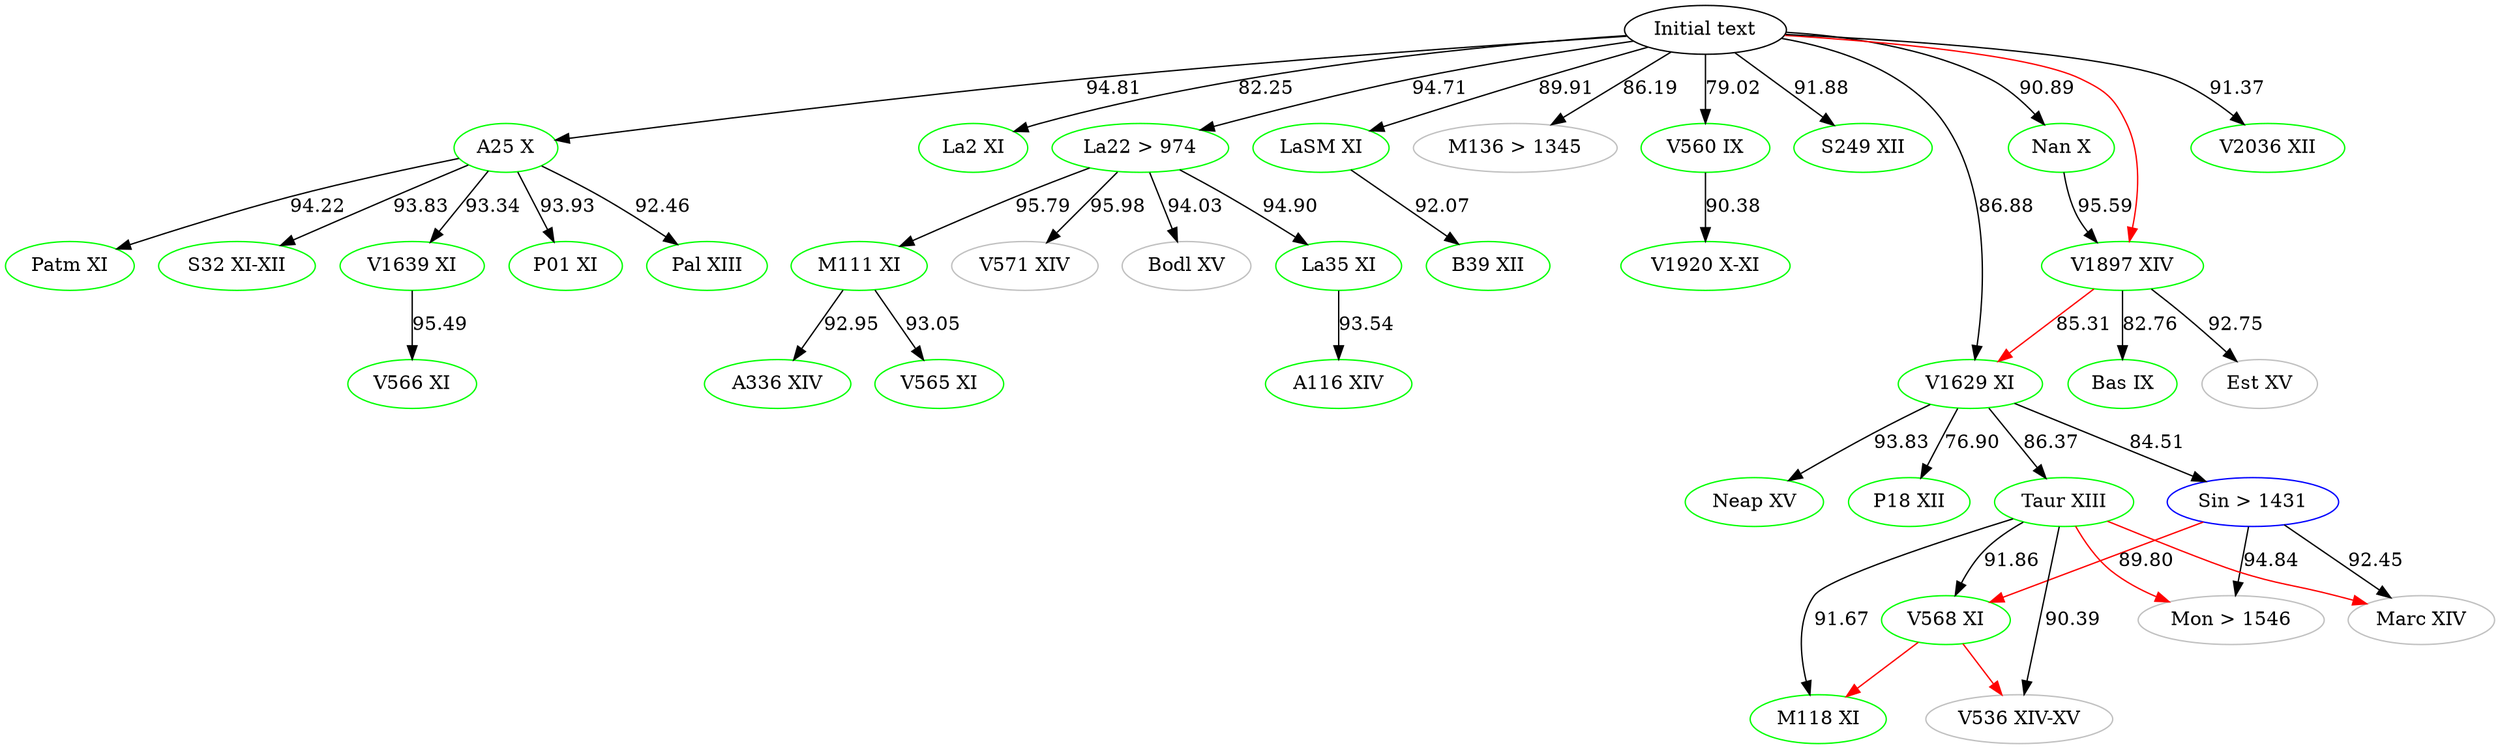
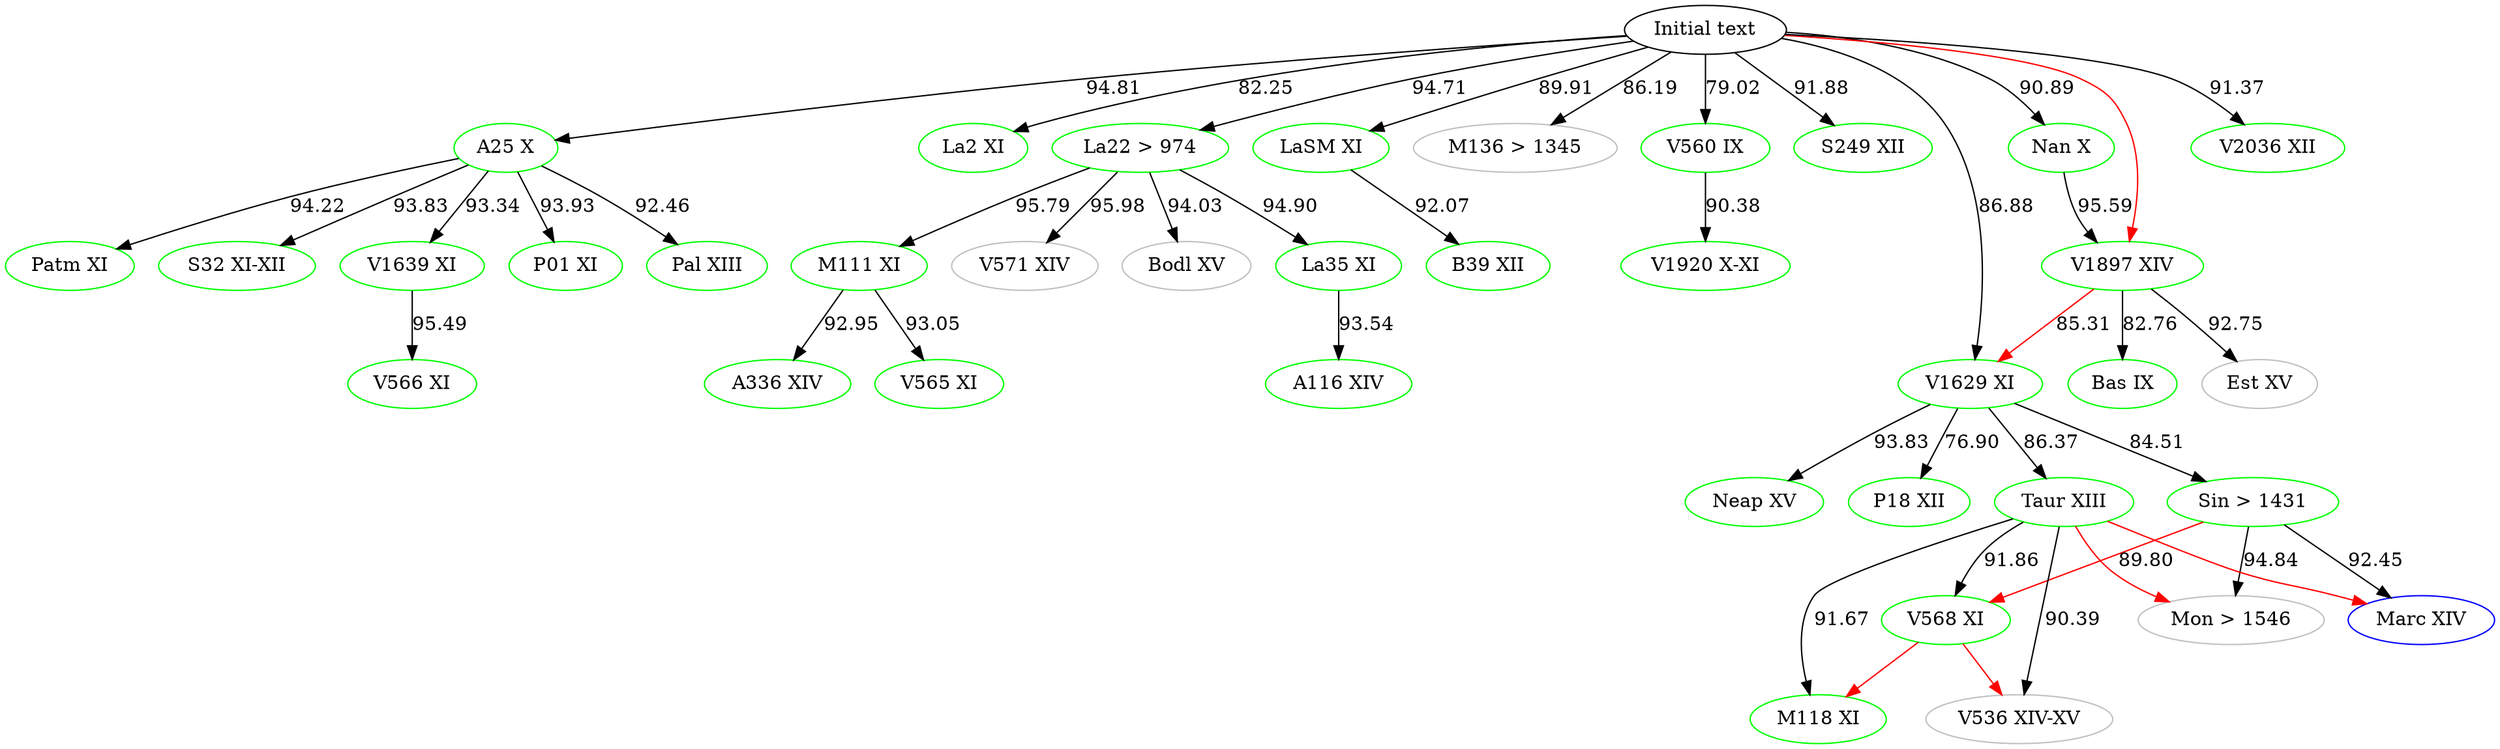
digraph {

    #Top [color="black", label="ω"]
    aBase [color="black", label="Initial text"]
    # Top [color="black", label="Initial text"]
	A116 [label="A116 XIV", color="green"]
	A25 [label="A25 X", color="green"]
	A336 [label="A336 XIV", color="green"]
	B39 [label="B39 XII", color="green"]
	Bas [label="Bas IX", color="green"]
	Bodl [label="Bodl XV", color="grey"]
	Est [label="Est XV", color="grey"]
	La2 [label="La2 XI", color="green"]
	La22 [label="La22 > 974", color="green"]
	La35 [label="La35 XI", color="green"]
	LaSM [label="LaSM XI", color="green"]
	M111 [label="M111 XI", color="green"]
    M118 [label="M118 XI", color="green"]
    M136 [label="M136 > 1345", color="grey"]
-     Marc [label="Marc XIV", color="grey"]
+     Marc [label="Marc XIV", color="blue"]
    Mon [label="Mon > 1546", color="grey"]
	Nan [label="Nan X", color="green"]
    Neap [label="Neap XV", color="green"]
    P01 [label="P01 XI", color="green"]
    P18 [label="P18 XII", color="green"]
	Pal [label="Pal XIII", color="green"]
	Patm [label="Patm XI", color="green"]
-     Sin [label="Sin > 1431", color="blue"]
+     Sin [label="Sin > 1431", color="green"]
	S32 [label="S32 XI-XII", color="green"]
    S249 [label="S249 XII", color="green"]
    Taur [label="Taur XIII", color="green"]
    V536 [label="V536 XIV-XV", color="grey"]
	V560 [label="V560 IX", color="green"]
	V565 [label="V565 XI", color="green"]
	V566 [label="V566 XI", color="green"]
	V568 [label="V568 XI", color="green"]
	V571 [label="V571 XIV", color="grey"]
    V1629 [label="V1629 XI", color="green"]
	V1639 [label="V1639 XI", color="green"]
	V1897 [label="V1897 XIV", color="green"]
	V1920 [label="V1920 X-XI", color="green"]
    V2036 [label="V2036 XII", color="green"]




    #Top -> aBase
    aBase -> A25 [label="94.81"]
    aBase -> M136 [label="86.19"]
    aBase -> V2036 [label="91.37"]
    # V2036 -> Patm [label="91.14", color="blue"]
    aBase -> V1629 [label="86.88"]
    aBase -> V560[label="79.02"]
    aBase -> La2 [label="82.25"]
    aBase -> S249 [label="91.88"]
    aBase -> LaSM [label="89.91"]
	aBase -> La22 [label="94.71"]
    aBase -> Nan [label="90.89"]

	# A25 -> M136 [label="85.50"]
    # M136 -> A25 [label="85.50" color="blue"]
	A25 -> Pal [label="92.46"]
	A25 -> P01 [label="93.93"]
    A25 -> V1639 [label="93.34"]
    A25 -> S32 [label="93.83"]
    A25 -> Patm [label="94.22"]

    #A25 -> La2 [color="red"]
    #A25 -> V566[color="red"]
    #A25 -> LaSM[color="red"]
    #A25 -> La22[color="red"]
    #A25 -> M136[color="red"]
    #A25 -> Nan[color="red"]
    #A25 -> S249[color="red"]
    #A25 -> V2036[color="red"]

    #aBase -> P01 [color="red"]
    #aBase -> Pal [color="red"]
    #aBase -> Patm [color="red"]
    #aBase -> La35[color="red"]
    #aBase -> B39[color="red"]
    #aBase -> V1920[color="red"]
    aBase -> V1897[color="red"]
    #aBase -> Neap[color="red"]

    #Bodl -> V1639[color="red"]
    #Patm -> S32[color="red"]
    #Patm -> V560[color="red"]

    #La22 -> A116[color="red"]
    #La22 -> V565[color="red"]
    #La22 -> A336[color="red"]

    Taur -> Mon[color="red"]
    Taur -> Marc[color="red"]

    Sin -> V568[label="89.80" color="red"]

    V568 -> V536[color="red"]
    V568 -> M118[color="red"]

    #V571 -> Bodl[color="red"]
    #M111 -> V571[color="red"]
    #La35 -> M111[color="red"]
    V1897 -> V1629[label="85.31" color="red"]
    #Nan -> Bas[color="red"]
    #Nan -> Est[color="red"]
    #Neap -> Taur[color="red"]
    #Neap -> Sin[color="red"]
   #Neap -> P18[color="red"]




	V1639 -> V566 [label="95.49"]

	La22 -> La35 [label= "94.90"]
	La22 -> M111 [label="95.79"]
	La22 -> Bodl [label="94.03"]
    La22 -> V571 [label="95.98"]

	La35 -> A116 [label="93.54"]

	M111 -> V565 [label="93.05"]
	M111 -> A336 [label="92.95"]



	Sin -> Marc [label="92.45"]

	V1629 -> Neap [label="93.83"]
	V1629 -> Sin [label="84.51"]
	V1629 -> Taur [label="86.37"]
    V1629 -> P18 [label="76.90"]

	Taur -> V568 [label="91.86"]
	Taur -> M118 [label="91.67"]
	Taur -> V536 [label="90.39"]
    # Taur -> Marc [color="blue" label="91.96"]
    # Marc -> Mon [color="blue" label="94.12"]
	Sin -> Mon [label="94.84"]

	V560 -> V1920 [label="90.38"]

	V1897 -> Est [label="92.75"]
    V1897 -> Bas [label="82.76"]

    Nan -> V1897 [label="95.59"]



    LaSM -> B39 [label="92.07"]



}

